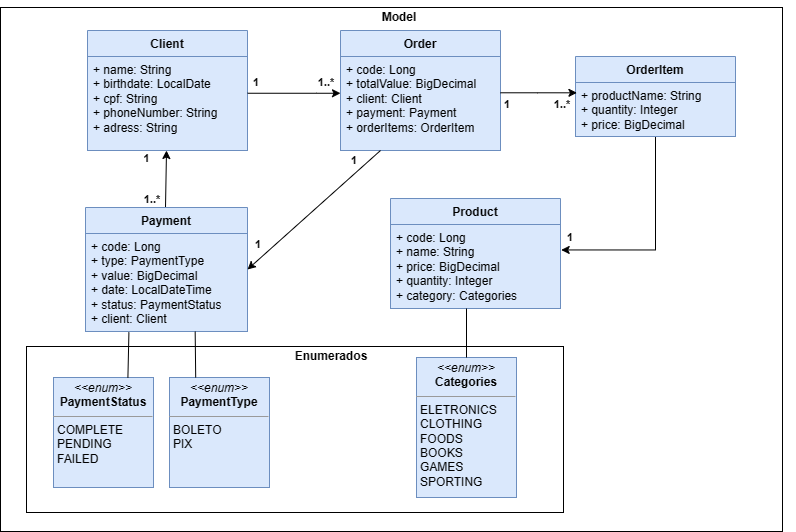
Above: uml-class.png in mateusf-prog/PROJECT-commerce-management-system (draw.io), before the change. Source tidied: cells renumbered, new cells last; positions are measured from the earlier drawing's top-left corner, leaving out a move shared by most shapes.
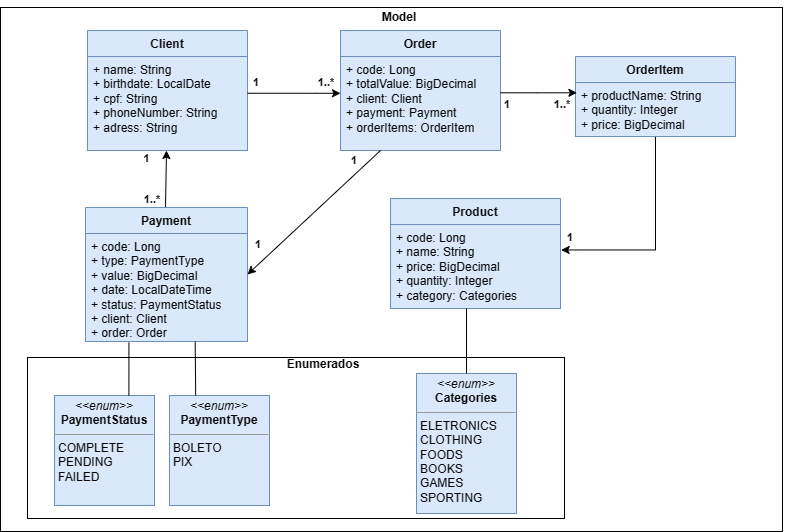
Above is the later version.

The edit, as a diff of the source:
```diff
@@ -8,6 +8,9 @@
     <mxCell id="3" style="rounded=0;whiteSpace=wrap;html=1;fillColor=none;" parent="2" vertex="1">
       <mxGeometry x="-13" y="7" width="782" height="524" as="geometry" />
     </mxCell>
+    <mxCell id="32" style="rounded=0;whiteSpace=wrap;html=1;fillColor=none;" parent="2" vertex="1">
+      <mxGeometry x="14" y="357" width="537" height="161" as="geometry" />
+    </mxCell>
     <mxCell id="4" value="Client&lt;br&gt;" style="swimlane;fontStyle=1;align=center;verticalAlign=top;horizontal=1;startSize=26;whiteSpace=wrap;html=1;fillColor=#dae8fc;strokeColor=#6c8ebf;" parent="2" vertex="1">
       <mxGeometry x="74" y="30" width="160" height="120" as="geometry" />
     </mxCell>
@@ -39,10 +42,10 @@
       </mxGeometry>
     </mxCell>
     <mxCell id="12" value="Payment" style="swimlane;fontStyle=1;align=center;verticalAlign=top;horizontal=1;startSize=26;whiteSpace=wrap;html=1;fillColor=#dae8fc;strokeColor=#6c8ebf;" parent="2" vertex="1">
-      <mxGeometry x="72" y="207" width="162" height="124" as="geometry" />
+      <mxGeometry x="72" y="207" width="162" height="134" as="geometry" />
     </mxCell>
-    <mxCell id="13" value="+ code: Long&lt;br&gt;+ type:&amp;nbsp;PaymentType&lt;br&gt;+ value: BigDecimal&lt;br&gt;+ date: LocalDateTime&lt;br&gt;+ status: PaymentStatus&lt;br&gt;+ client: Client" style="text;strokeColor=#6c8ebf;fillColor=#dae8fc;align=left;verticalAlign=top;spacingLeft=4;spacingRight=4;overflow=hidden;points=[[0,0.5],[1,0.5]];portConstraint=eastwest;whiteSpace=wrap;html=1;" parent="12" vertex="1">
-      <mxGeometry y="26" width="162" height="98" as="geometry" />
+    <mxCell id="13" value="+ code: Long&lt;br&gt;+ type:&amp;nbsp;PaymentType&lt;br&gt;+ value: BigDecimal&lt;br&gt;+ date: LocalDateTime&lt;br&gt;+ status: PaymentStatus&lt;br&gt;+ client: Client&lt;br&gt;+ order: Order" style="text;strokeColor=#6c8ebf;fillColor=#dae8fc;align=left;verticalAlign=top;spacingLeft=4;spacingRight=4;overflow=hidden;points=[[0,0.5],[1,0.5]];portConstraint=eastwest;whiteSpace=wrap;html=1;" parent="12" vertex="1">
+      <mxGeometry y="26" width="162" height="108" as="geometry" />
     </mxCell>
     <mxCell id="14" value="Product" style="swimlane;fontStyle=1;align=center;verticalAlign=top;horizontal=1;startSize=26;whiteSpace=wrap;html=1;fillColor=#dae8fc;strokeColor=#6c8ebf;" parent="2" vertex="1">
       <mxGeometry x="377" y="198" width="170" height="110" as="geometry" />
@@ -51,13 +54,13 @@
       <mxGeometry y="26" width="170" height="84" as="geometry" />
     </mxCell>
     <mxCell id="16" value="&lt;p style=&quot;margin:0px;margin-top:4px;text-align:center;&quot;&gt;&lt;i&gt;&amp;lt;&amp;lt;enum&amp;gt;&amp;gt;&lt;/i&gt;&lt;br&gt;&lt;b&gt;Categories&lt;/b&gt;&lt;/p&gt;&lt;hr size=&quot;1&quot;&gt;&lt;p style=&quot;margin:0px;margin-left:4px;&quot;&gt;ELETRONICS&lt;/p&gt;&lt;p style=&quot;margin:0px;margin-left:4px;&quot;&gt;CLOTHING&lt;/p&gt;&lt;p style=&quot;margin:0px;margin-left:4px;&quot;&gt;FOODS&lt;/p&gt;&lt;p style=&quot;margin:0px;margin-left:4px;&quot;&gt;BOOKS&lt;/p&gt;&lt;p style=&quot;margin:0px;margin-left:4px;&quot;&gt;GAMES&lt;/p&gt;&lt;p style=&quot;margin:0px;margin-left:4px;&quot;&gt;SPORTING&lt;/p&gt;" style="verticalAlign=top;align=left;overflow=fill;fontSize=12;fontFamily=Helvetica;html=1;whiteSpace=wrap;fillColor=#dae8fc;strokeColor=#6c8ebf;" parent="2" vertex="1">
-      <mxGeometry x="403" y="357" width="100" height="140" as="geometry" />
+      <mxGeometry x="403" y="373" width="100" height="140" as="geometry" />
     </mxCell>
     <mxCell id="17" value="&lt;p style=&quot;margin:0px;margin-top:4px;text-align:center;&quot;&gt;&lt;i&gt;&amp;lt;&amp;lt;enum&amp;gt;&amp;gt;&lt;/i&gt;&lt;br&gt;&lt;b&gt;PaymentType&lt;/b&gt;&lt;/p&gt;&lt;hr size=&quot;1&quot;&gt;&lt;p style=&quot;margin:0px;margin-left:4px;&quot;&gt;BOLETO&lt;/p&gt;&lt;p style=&quot;margin:0px;margin-left:4px;&quot;&gt;PIX&lt;/p&gt;" style="verticalAlign=top;align=left;overflow=fill;fontSize=12;fontFamily=Helvetica;html=1;whiteSpace=wrap;fillColor=#dae8fc;strokeColor=#6c8ebf;" parent="2" vertex="1">
-      <mxGeometry x="156" y="377" width="100" height="110" as="geometry" />
+      <mxGeometry x="156" y="395" width="100" height="110" as="geometry" />
     </mxCell>
     <mxCell id="18" value="&lt;p style=&quot;margin:0px;margin-top:4px;text-align:center;&quot;&gt;&lt;i&gt;&amp;lt;&amp;lt;enum&amp;gt;&amp;gt;&lt;/i&gt;&lt;br&gt;&lt;b&gt;PaymentStatus&lt;/b&gt;&lt;/p&gt;&lt;hr size=&quot;1&quot;&gt;&lt;p style=&quot;margin:0px;margin-left:4px;&quot;&gt;COMPLETE&lt;/p&gt;&lt;p style=&quot;margin:0px;margin-left:4px;&quot;&gt;PENDING&lt;/p&gt;&lt;p style=&quot;margin:0px;margin-left:4px;&quot;&gt;FAILED&lt;/p&gt;" style="verticalAlign=top;align=left;overflow=fill;fontSize=12;fontFamily=Helvetica;html=1;whiteSpace=wrap;fillColor=#dae8fc;strokeColor=#6c8ebf;" parent="2" vertex="1">
-      <mxGeometry x="40" y="377" width="100" height="110" as="geometry" />
+      <mxGeometry x="41" y="395" width="100" height="110" as="geometry" />
     </mxCell>
     <mxCell id="19" style="endArrow=none;html=1;rounded=0;entryX=0.268;entryY=1.008;entryDx=0;entryDy=0;entryPerimeter=0;exitX=0.744;exitY=0.003;exitDx=0;exitDy=0;exitPerimeter=0;" parent="2" edge="1" source="18" target="13">
       <mxGeometry relative="1" as="geometry" />
@@ -105,11 +108,8 @@
         <mxPoint x="453" y="308" as="targetPoint" />
       </mxGeometry>
     </mxCell>
-    <mxCell id="32" style="rounded=0;whiteSpace=wrap;html=1;fillColor=none;" parent="2" vertex="1">
-      <mxGeometry x="13" y="346" width="537" height="166" as="geometry" />
-    </mxCell>
     <mxCell id="33" value="&lt;b&gt;Enumerados&lt;/b&gt;" style="text;html=1;strokeColor=none;fillColor=none;align=center;verticalAlign=middle;whiteSpace=wrap;rounded=0;" parent="2" vertex="1">
-      <mxGeometry x="288" y="341" width="60" height="30" as="geometry" />
+      <mxGeometry x="280" y="349" width="60" height="30" as="geometry" />
     </mxCell>
     <mxCell id="34" value="&lt;b&gt;Model&lt;/b&gt;" style="text;html=1;strokeColor=none;fillColor=none;align=center;verticalAlign=middle;whiteSpace=wrap;rounded=0;" parent="2" vertex="1">
       <mxGeometry x="356" y="2" width="60" height="30" as="geometry" />
```
